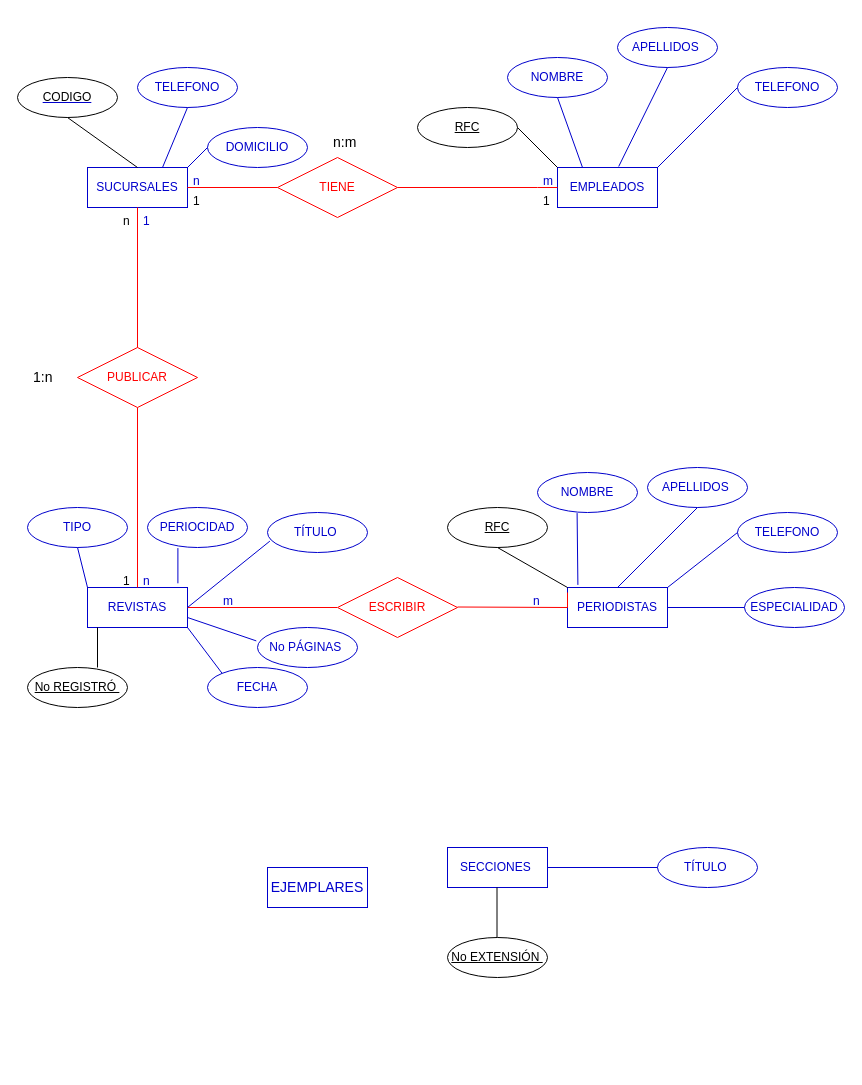
Before: formularios.drawio in IVONNE80/BASE-DE-DATOS, a draw.io diagram. Source tidied: cells renumbered, new cells numbered last; positions are measured from the earlier drawing's top-left corner, leaving out a move shared by most shapes. Both pictures are drawn from the tidied source at 100%, with x=0, y=0 at pixel (17, 27).
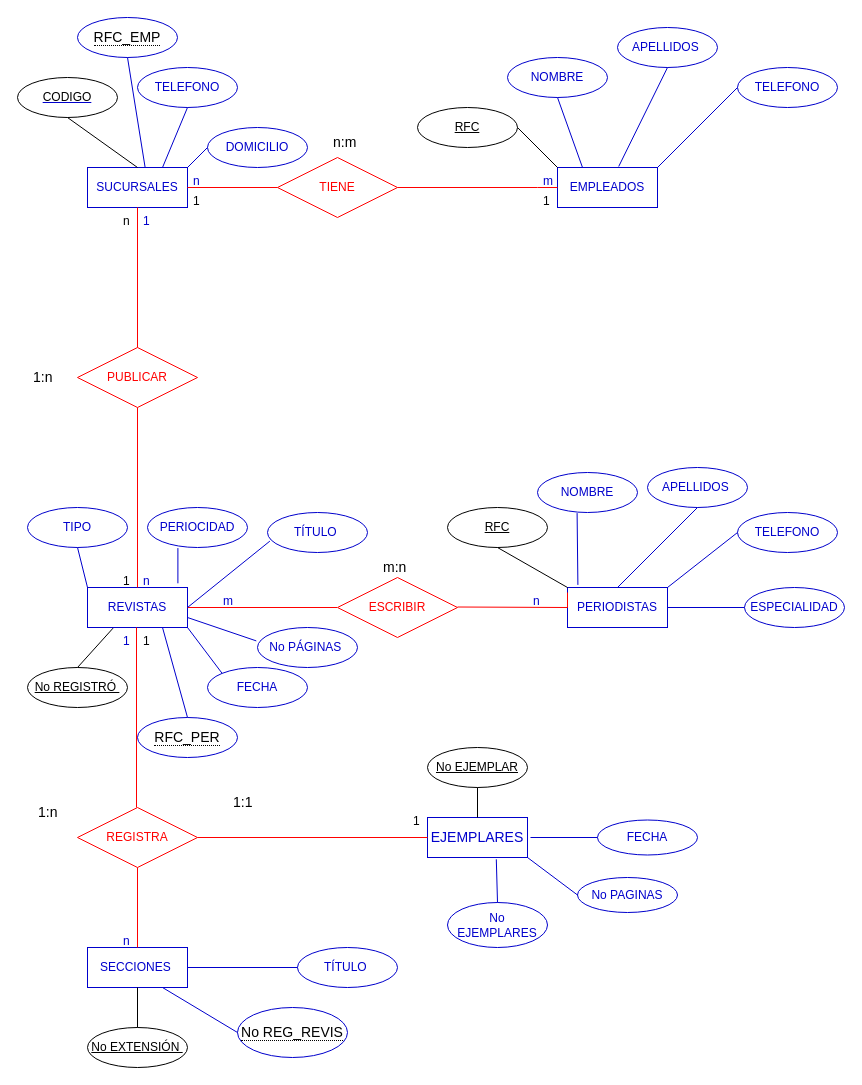
Above is the later version.

The change refers to these unchanged cells:
```xml
<mxCell id="2" value="&lt;font color=&quot;#0000cc&quot;&gt;SUCURSALES&lt;/font&gt;" style="whiteSpace=wrap;html=1;align=center;strokeColor=#0000CC;" parent="1" vertex="1">
  <mxGeometry x="70" y="140" width="100" height="40" as="geometry" />
</mxCell>
<mxCell id="4" value="&lt;font color=&quot;#0000cc&quot;&gt;REVISTAS&lt;/font&gt;" style="whiteSpace=wrap;html=1;align=center;strokeColor=#0000CC;" parent="1" vertex="1">
  <mxGeometry x="70" y="560" width="100" height="40" as="geometry" />
</mxCell>
<mxCell id="16" value="No REGISTRÓ&amp;nbsp;" style="ellipse;whiteSpace=wrap;html=1;align=center;fontStyle=4;strokeColor=#000000;fontColor=#000000;" parent="1" vertex="1">
  <mxGeometry x="10" y="640" width="100" height="40" as="geometry" />
</mxCell>
```

Change to the diagram source:
```diff
@@
-    <mxCell id="19" style="endArrow=none;html=1;rounded=0;strokeColor=#000000;fontColor=#000000;entryX=0.5;entryY=1;entryDx=0;entryDy=0;" parent="1" edge="1">
-      <mxGeometry relative="1" as="geometry">
-        <mxPoint x="80" y="640" as="sourcePoint" />
-        <mxPoint x="80" y="600" as="targetPoint" />
-      </mxGeometry>
+    <mxCell id="19" style="endArrow=none;html=1;rounded=0;strokeColor=#000000;fontColor=#000000;exitX=0.5;exitY=0;exitDx=0;exitDy=0;entryX=-0.22;entryY=0.02;entryDx=0;entryDy=0;entryPerimeter=0;" parent="1" edge="1" source="16" target="76">
+      <mxGeometry relative="1" as="geometry" />
     </mxCell>
@@
     <mxCell id="35" value="&lt;font color=&quot;#0000cc&quot;&gt;SECCIONES&amp;nbsp;&lt;/font&gt;" style="whiteSpace=wrap;html=1;align=center;strokeColor=#0000CC;" parent="1" vertex="1">
-      <mxGeometry x="430" y="820" width="100" height="40" as="geometry" />
+      <mxGeometry x="70" y="920" width="100" height="40" as="geometry" />
     </mxCell>
     <mxCell id="36" value="&lt;font color=&quot;#0000cc&quot;&gt;TÍTULO&amp;nbsp;&lt;/font&gt;" style="ellipse;whiteSpace=wrap;html=1;align=center;strokeColor=#0000CC;fontColor=#000000;" parent="1" vertex="1">
-      <mxGeometry x="640" y="820" width="100" height="40" as="geometry" />
+      <mxGeometry x="280" y="920" width="100" height="40" as="geometry" />
     </mxCell>
     <mxCell id="37" value="No EXTENSIÓN&amp;nbsp;" style="ellipse;whiteSpace=wrap;html=1;align=center;fontStyle=4;strokeColor=#000000;fontColor=#000000;" parent="1" vertex="1">
-      <mxGeometry x="430" y="910" width="100" height="40" as="geometry" />
+      <mxGeometry x="70" y="1000" width="100" height="40" as="geometry" />
     </mxCell>
-    <mxCell id="38" style="endArrow=none;html=1;rounded=0;strokeColor=#000000;fontColor=#000000;entryX=0.5;entryY=1;entryDx=0;entryDy=0;exitX=0.5;exitY=0;exitDx=0;exitDy=0;" parent="1" edge="1">
+    <mxCell id="38" style="endArrow=none;html=1;rounded=0;strokeColor=#000000;fontColor=#000000;entryX=0.5;entryY=1;entryDx=0;entryDy=0;" parent="1" edge="1">
       <mxGeometry relative="1" as="geometry">
-        <mxPoint x="479.5" y="910" as="sourcePoint" />
-        <mxPoint x="479.5" y="860" as="targetPoint" />
+        <mxPoint x="120" y="1000" as="sourcePoint" />
+        <mxPoint x="120" y="960" as="targetPoint" />
       </mxGeometry>
     </mxCell>
@@
     <mxCell id="54" value="&lt;font color=&quot;#0000cc&quot;&gt;EJEMPLARES&lt;/font&gt;" style="whiteSpace=wrap;html=1;align=center;strokeColor=#0000CC;fontSize=14;fontColor=#FF0000;" parent="1" vertex="1">
-      <mxGeometry x="250" y="840" width="100" height="40" as="geometry" />
+      <mxGeometry x="410" y="790" width="100" height="40" as="geometry" />
     </mxCell>
@@
+    <mxCell id="70" value="&lt;font color=&quot;#ff0000&quot;&gt;REGISTRA&lt;/font&gt;" style="shape=rhombus;perimeter=rhombusPerimeter;whiteSpace=wrap;html=1;align=center;strokeColor=#FF0000;" parent="1" vertex="1">
+      <mxGeometry x="60" y="780" width="120" height="60" as="geometry" />
+    </mxCell>
+    <mxCell id="71" style="endArrow=none;html=1;rounded=0;entryX=0.5;entryY=1;entryDx=0;entryDy=0;exitX=0.5;exitY=0;exitDx=0;exitDy=0;strokeColor=#FF0000;" parent="1" edge="1">
+      <mxGeometry relative="1" as="geometry">
+        <mxPoint x="119" y="780" as="sourcePoint" />
+        <mxPoint x="119" y="600" as="targetPoint" />
+      </mxGeometry>
+    </mxCell>
+    <mxCell id="72" value="m:n" style="text;strokeColor=none;fillColor=none;spacingLeft=4;spacingRight=4;overflow=hidden;fontSize=14;fontColor=#000000;" parent="1" vertex="1">
+      <mxGeometry x="360" y="525" width="40" height="30" as="geometry" />
+    </mxCell>
+    <mxCell id="73" style="endArrow=none;html=1;rounded=0;entryX=0;entryY=0.5;entryDx=0;entryDy=0;exitX=0.5;exitY=0;exitDx=0;exitDy=0;strokeColor=#FF0000;" parent="1" edge="1" target="54">
+      <mxGeometry relative="1" as="geometry">
+        <mxPoint x="180" y="810" as="sourcePoint" />
+      </mxGeometry>
+    </mxCell>
+    <mxCell id="74" style="endArrow=none;html=1;rounded=0;entryX=0.5;entryY=0;entryDx=0;entryDy=0;exitX=0.5;exitY=0;exitDx=0;exitDy=0;strokeColor=#FF0000;" parent="1" edge="1" target="35">
+      <mxGeometry relative="1" as="geometry">
+        <mxPoint x="120" y="840" as="sourcePoint" />
+      </mxGeometry>
+    </mxCell>
+    <mxCell id="75" value="n" style="text;strokeColor=none;fillColor=none;spacingLeft=4;spacingRight=4;overflow=hidden;fontSize=12;fontColor=#0000CC;" parent="1" vertex="1">
+      <mxGeometry x="100" y="900" width="20" height="30" as="geometry" />
+    </mxCell>
+    <mxCell id="76" value="1" style="text;strokeColor=none;fillColor=none;spacingLeft=4;spacingRight=4;overflow=hidden;points=[[0,0.5],[1,0.5]];portConstraint=eastwest;fontSize=12;fontColor=#0000CC;" parent="1" vertex="1">
+      <mxGeometry x="100" y="600" width="20" height="30" as="geometry" />
+    </mxCell>
+    <mxCell id="77" value="1" style="text;strokeColor=none;fillColor=none;spacingLeft=4;spacingRight=4;overflow=hidden;fontSize=12;fontColor=#000000;" parent="1" vertex="1">
+      <mxGeometry x="120" y="600" width="20" height="30" as="geometry" />
+    </mxCell>
+    <mxCell id="78" value="1" style="text;strokeColor=none;fillColor=none;spacingLeft=4;spacingRight=4;overflow=hidden;fontSize=12;fontColor=#000000;" parent="1" vertex="1">
+      <mxGeometry x="390" y="780" width="20" height="30" as="geometry" />
+    </mxCell>
+    <mxCell id="79" value="1:1" style="text;strokeColor=none;fillColor=none;spacingLeft=4;spacingRight=4;overflow=hidden;fontSize=14;fontColor=#000000;" parent="1" vertex="1">
+      <mxGeometry x="210" y="760" width="40" height="30" as="geometry" />
+    </mxCell>
+    <mxCell id="80" value="1:n" style="text;strokeColor=none;fillColor=none;spacingLeft=4;spacingRight=4;overflow=hidden;fontSize=14;fontColor=#000000;" parent="1" vertex="1">
+      <mxGeometry x="15" y="770" width="40" height="30" as="geometry" />
+    </mxCell>
+    <mxCell id="81" value="No EJEMPLAR" style="ellipse;whiteSpace=wrap;html=1;align=center;fontStyle=4;strokeColor=#000000;fontColor=#000000;" parent="1" vertex="1">
+      <mxGeometry x="410" y="720" width="100" height="40" as="geometry" />
+    </mxCell>
+    <mxCell id="82" style="endArrow=none;html=1;rounded=0;strokeColor=#000000;fontColor=#000000;exitX=0.5;exitY=0;exitDx=0;exitDy=0;entryX=0.5;entryY=1;entryDx=0;entryDy=0;" parent="1" edge="1" source="54" target="81">
+      <mxGeometry relative="1" as="geometry" />
+    </mxCell>
+    <mxCell id="83" value="&lt;span style=&quot;border-bottom: 1px dotted&quot;&gt;RFC_EMP&lt;/span&gt;" style="ellipse;whiteSpace=wrap;html=1;align=center;strokeColor=#0000CC;fontSize=14;fontColor=#000000;" parent="1" vertex="1">
+      <mxGeometry x="60" y="-10" width="100" height="40" as="geometry" />
+    </mxCell>
+    <mxCell id="84" style="endArrow=none;html=1;rounded=0;strokeColor=#0000CC;fontColor=#0000CC;exitX=0.5;exitY=1;exitDx=0;exitDy=0;entryX=0.576;entryY=-0.005;entryDx=0;entryDy=0;entryPerimeter=0;" parent="1" edge="1" target="2">
+      <mxGeometry relative="1" as="geometry">
+        <mxPoint x="110" y="30" as="sourcePoint" />
+      </mxGeometry>
+    </mxCell>
+    <mxCell id="85" value="&lt;span style=&quot;border-bottom: 1px dotted&quot;&gt;RFC_PER&lt;/span&gt;" style="ellipse;whiteSpace=wrap;html=1;align=center;strokeColor=#0000CC;fontSize=14;fontColor=#000000;" parent="1" vertex="1">
+      <mxGeometry x="120" y="690" width="100" height="40" as="geometry" />
+    </mxCell>
+    <mxCell id="86" style="endArrow=none;html=1;rounded=0;strokeColor=#0000CC;fontColor=#0000CC;entryX=0.5;entryY=0;entryDx=0;entryDy=0;exitX=0.75;exitY=1;exitDx=0;exitDy=0;" parent="1" edge="1" source="4" target="85">
+      <mxGeometry relative="1" as="geometry" />
+    </mxCell>
+    <mxCell id="87" value="&lt;span style=&quot;border-bottom: 1px dotted&quot;&gt;No REG_REVIS&lt;/span&gt;" style="ellipse;whiteSpace=wrap;html=1;align=center;strokeColor=#0000CC;fontSize=14;fontColor=#000000;" parent="1" vertex="1">
+      <mxGeometry x="220" y="980" width="110" height="50" as="geometry" />
+    </mxCell>
+    <mxCell id="88" style="endArrow=none;html=1;rounded=0;strokeColor=#0000CC;fontColor=#0000CC;exitX=0.75;exitY=1;exitDx=0;exitDy=0;entryX=0;entryY=0.5;entryDx=0;entryDy=0;" parent="1" edge="1" source="35" target="87">
+      <mxGeometry relative="1" as="geometry" />
+    </mxCell>
+    <mxCell id="89" value="&lt;font color=&quot;#0000cc&quot;&gt;FECHA&lt;/font&gt;" style="ellipse;whiteSpace=wrap;html=1;align=center;strokeColor=#0000CC;fontColor=#000000;" parent="1" vertex="1">
+      <mxGeometry x="580" y="792.5" width="100" height="35" as="geometry" />
+    </mxCell>
+    <mxCell id="90" value="&lt;font color=&quot;#0000cc&quot;&gt;No PAGINAS&lt;/font&gt;" style="ellipse;whiteSpace=wrap;html=1;align=center;strokeColor=#0000CC;fontColor=#000000;" parent="1" vertex="1">
+      <mxGeometry x="560" y="850" width="100" height="35" as="geometry" />
+    </mxCell>
+    <mxCell id="91" value="&lt;font color=&quot;#0000cc&quot;&gt;No EJEMPLARES&lt;/font&gt;" style="ellipse;whiteSpace=wrap;html=1;align=center;strokeColor=#0000CC;fontColor=#000000;" parent="1" vertex="1">
+      <mxGeometry x="430" y="875" width="100" height="45" as="geometry" />
+    </mxCell>
+    <mxCell id="92" style="endArrow=none;html=1;rounded=0;strokeColor=#0000CC;fontColor=#0000CC;exitX=1;exitY=0.5;exitDx=0;exitDy=0;" parent="1" edge="1">
+      <mxGeometry relative="1" as="geometry">
+        <mxPoint x="513" y="810" as="sourcePoint" />
+        <mxPoint x="580" y="810" as="targetPoint" />
+      </mxGeometry>
+    </mxCell>
+    <mxCell id="93" style="endArrow=none;html=1;rounded=0;strokeColor=#0000CC;fontColor=#0000CC;exitX=1;exitY=1;exitDx=0;exitDy=0;entryX=0;entryY=0.5;entryDx=0;entryDy=0;" parent="1" edge="1" source="54" target="90">
+      <mxGeometry relative="1" as="geometry" />
+    </mxCell>
+    <mxCell id="94" style="endArrow=none;html=1;rounded=0;strokeColor=#0000CC;fontColor=#0000CC;exitX=0.688;exitY=1.045;exitDx=0;exitDy=0;entryX=0.5;entryY=0;entryDx=0;entryDy=0;exitPerimeter=0;" parent="1" edge="1" source="54" target="91">
+      <mxGeometry relative="1" as="geometry" />
+    </mxCell>
```
